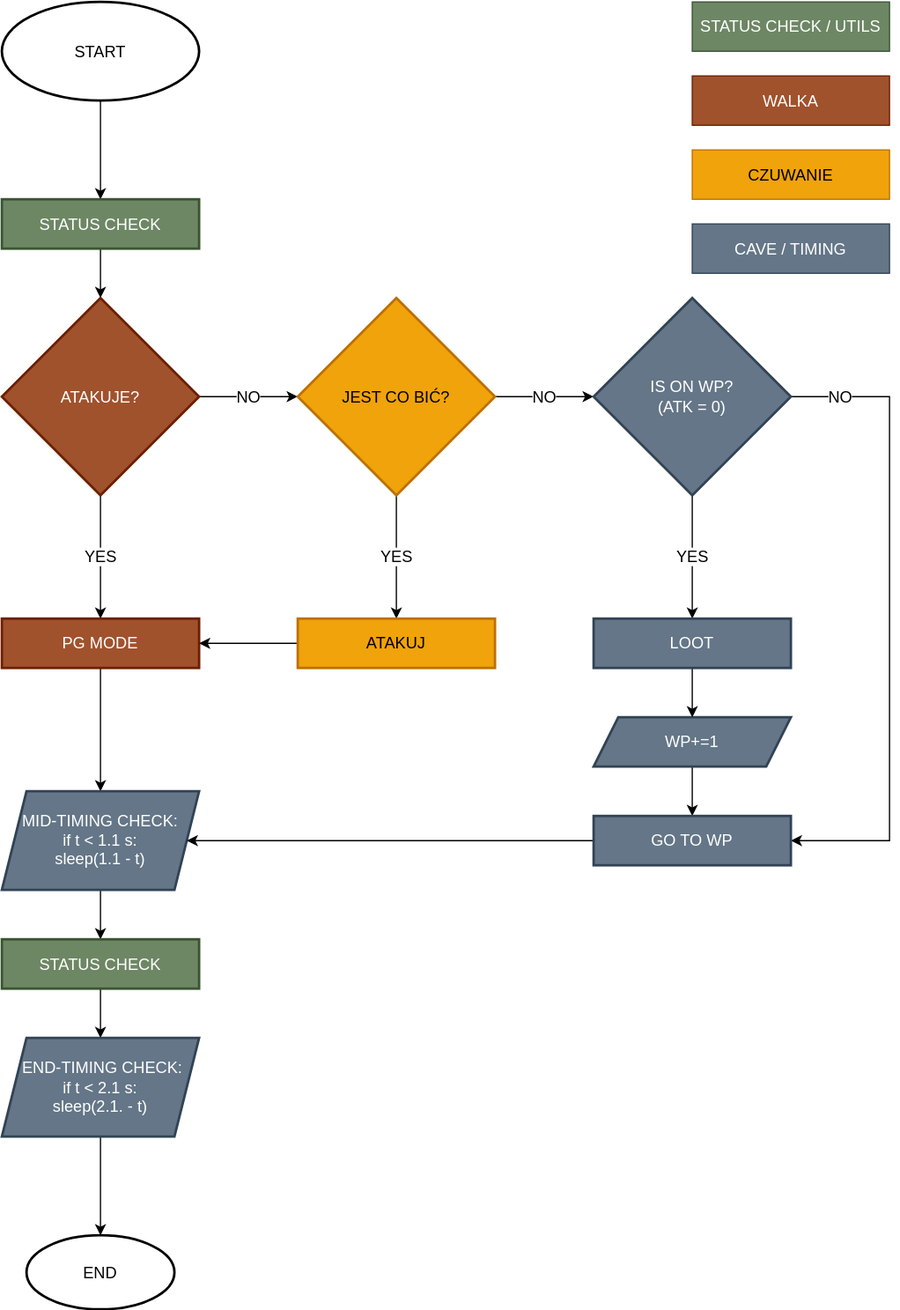
Before: src/img/flowchart_logika_andrzeja_pg.svg, a diagram exported from draw.io (lbaisinger/Andrzej-d2r). Source tidied: cells renumbered, new cells last; positions are measured from the earlier drawing's top-left corner, leaving out a move shared by most shapes.
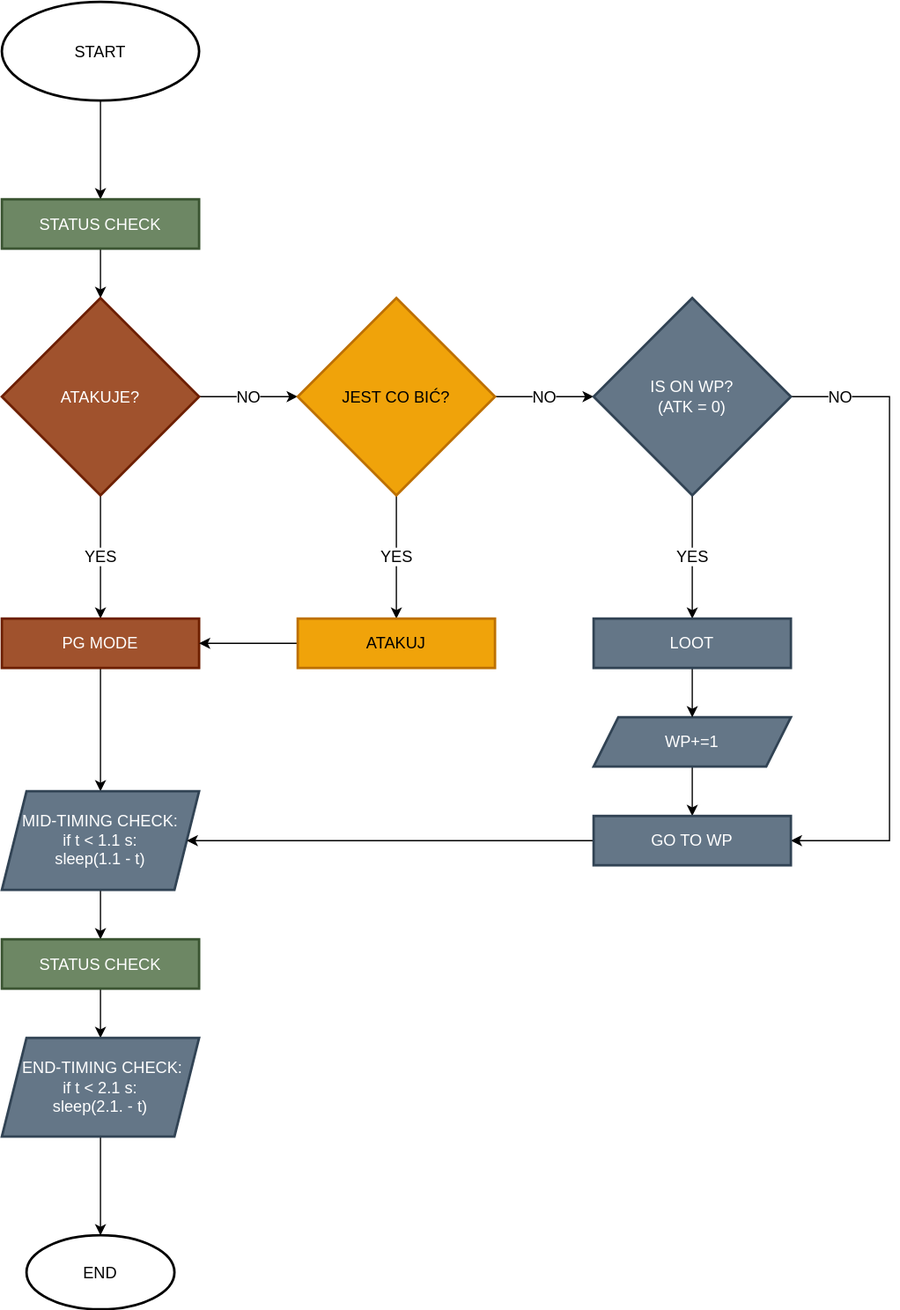
After the change.

Change to the diagram source:
```diff
@@ -97,17 +97,5 @@
     <mxCell id="31" value="LOOT" style="whiteSpace=wrap;html=1;fillColor=#647687;strokeColor=#314354;fontColor=#ffffff;strokeWidth=2;fontSize=13;" parent="1" vertex="1">
       <mxGeometry x="480" y="500" width="160" height="40" as="geometry" />
     </mxCell>
-    <mxCell id="32" value="STATUS CHECK / UTILS" style="rounded=0;whiteSpace=wrap;html=1;fontSize=13;fillColor=#6d8764;fontColor=#ffffff;strokeColor=#3A5431;" parent="1" vertex="1">
-      <mxGeometry x="560" width="160" height="40" as="geometry" />
-    </mxCell>
-    <mxCell id="33" value="WALKA" style="rounded=0;whiteSpace=wrap;html=1;fontSize=13;fillColor=#a0522d;fontColor=#ffffff;strokeColor=#6D1F00;" parent="1" vertex="1">
-      <mxGeometry x="560" y="60" width="160" height="40" as="geometry" />
-    </mxCell>
-    <mxCell id="34" value="CZUWANIE" style="rounded=0;whiteSpace=wrap;html=1;fontSize=13;fillColor=#f0a30a;fontColor=#000000;strokeColor=#BD7000;" parent="1" vertex="1">
-      <mxGeometry x="560" y="120" width="160" height="40" as="geometry" />
-    </mxCell>
-    <mxCell id="35" value="CAVE / TIMING" style="rounded=0;whiteSpace=wrap;html=1;fontSize=13;fillColor=#647687;fontColor=#ffffff;strokeColor=#314354;" parent="1" vertex="1">
-      <mxGeometry x="560" y="180" width="160" height="40" as="geometry" />
-    </mxCell>
   </root>
 </mxGraphModel>
```
